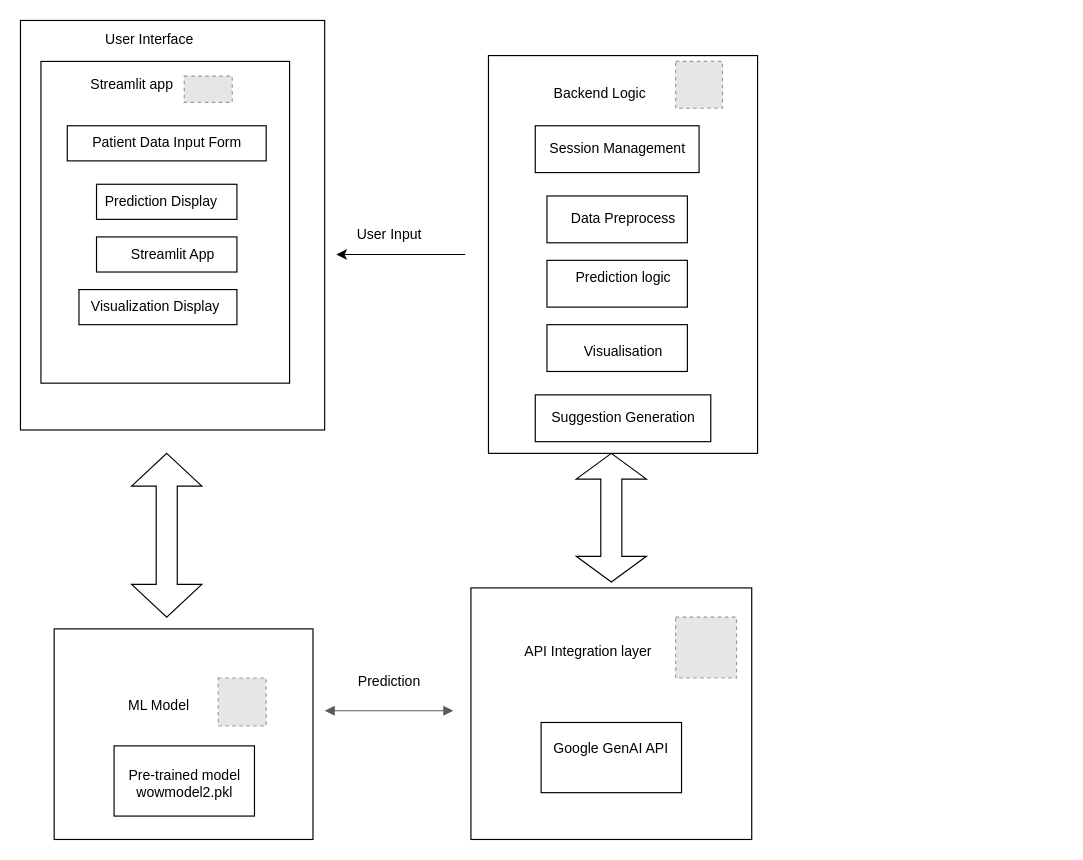
Earlier version of the draw.io diagram Untitled Diagram.drawio (malharinamdar/DiabetesCare-AI). Source tidied: cells renumbered, new cells numbered last; positions are measured from the earlier drawing's top-left corner, leaving out a move shared by most shapes. Both pictures are drawn from the tidied source at 117%, with x=0, y=0 at pixel (20, 20). Pictures stored in the file or linked from it are replaced by grey dashed boxes.
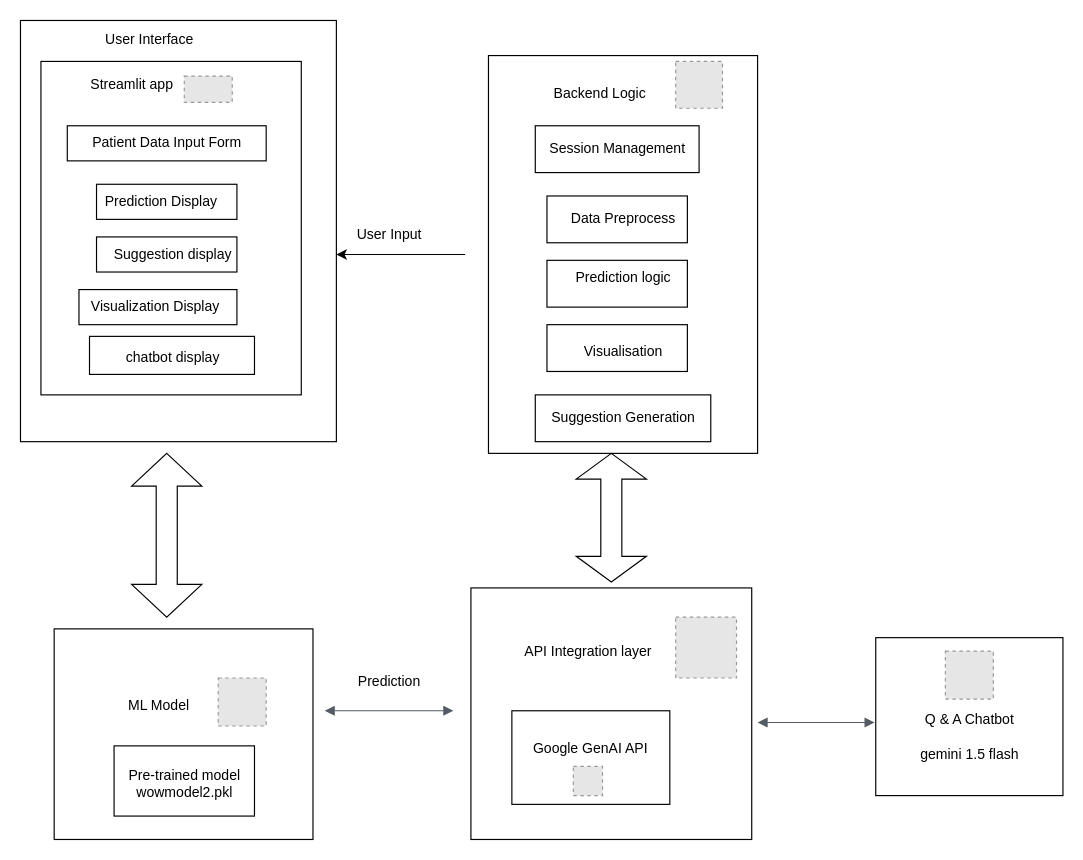
The same diagram, later.

Diff of the diagram source:
```diff
@@
     <mxCell id="21" value="Google GenAI API&lt;div&gt;&lt;br&gt;&lt;/div&gt;" style="rounded=0;whiteSpace=wrap;html=1;" parent="1" vertex="1">
-      <mxGeometry x="445" y="600" width="120" height="60" as="geometry" />
+      <mxGeometry x="420" y="590" width="135" height="80" as="geometry" />
     </mxCell>
@@
     <mxCell id="30" style="rounded=0;whiteSpace=wrap;html=1;" parent="1" vertex="1">
-      <mxGeometry width="260" height="350" as="geometry" />
+      <mxGeometry width="270" height="360" as="geometry" />
     </mxCell>
@@
     <mxCell id="33" style="rounded=0;whiteSpace=wrap;html=1;" parent="1" vertex="1">
-      <mxGeometry x="17.5" y="35" width="212.5" height="275" as="geometry" />
+      <mxGeometry x="17.5" y="35" width="222.5" height="285" as="geometry" />
     </mxCell>
@@
-    <mxCell id="42" value="Streamlit App" style="text;html=1;align=center;verticalAlign=middle;strokeColor=none;fillColor=none;" parent="1" vertex="1">
-      <mxGeometry x="85" y="185" width="90" height="30" as="geometry" />
+    <mxCell id="42" value="Suggestion display" style="text;html=1;align=center;verticalAlign=middle;strokeColor=none;fillColor=none;" parent="1" vertex="1">
+      <mxGeometry x="70" y="185" width="120" height="30" as="geometry" />
     </mxCell>
@@
+    <mxCell id="44" style="edgeStyle=orthogonalEdgeStyle;html=1;endArrow=block;elbow=vertical;startArrow=block;startFill=1;endFill=1;strokeColor=#545B64;rounded=0;" parent="1" edge="1">
+      <mxGeometry relative="1" as="geometry">
+        <mxPoint x="630" y="600" as="sourcePoint" />
+        <mxPoint x="730" y="600" as="targetPoint" />
+      </mxGeometry>
+    </mxCell>
+    <mxCell id="45" style="rounded=0;whiteSpace=wrap;html=1;" parent="1" vertex="1">
+      <mxGeometry x="731" y="527.5" width="160" height="135" as="geometry" />
+    </mxCell>
+    <mxCell id="46" value="Q &amp;amp; A Chatbot" style="text;html=1;align=center;verticalAlign=middle;strokeColor=none;fillColor=none;" parent="1" vertex="1">
+      <mxGeometry x="761" y="582.5" width="100" height="30" as="geometry" />
+    </mxCell>
+    <mxCell id="47" value="gemini 1.5 flash" style="text;html=1;align=center;verticalAlign=middle;strokeColor=none;fillColor=none;" parent="1" vertex="1">
+      <mxGeometry x="756" y="612.5" width="110" height="30" as="geometry" />
+    </mxCell>
+    <mxCell id="48" style="fillColor=#E6E6E6;strokeColor=#999999;dashed=1;verticalLabelPosition=bottom;labelBackgroundColor=default;verticalAlign=top;" parent="1" vertex="1">
+      <mxGeometry x="790.5" y="539" width="41" height="41" as="geometry" />
+    </mxCell>
+    <mxCell id="49" style="fillColor=#E6E6E6;strokeColor=#999999;dashed=1;verticalLabelPosition=bottom;labelBackgroundColor=default;verticalAlign=top;" parent="1" vertex="1">
+      <mxGeometry x="472.5" y="637.5" width="25" height="25" as="geometry" />
+    </mxCell>
+    <mxCell id="50" style="rounded=0;whiteSpace=wrap;html=1;" parent="1" vertex="1">
+      <mxGeometry x="59" y="270" width="141" height="32.5" as="geometry" />
+    </mxCell>
+    <mxCell id="51" value="chatbot display" style="text;html=1;align=center;verticalAlign=middle;strokeColor=none;fillColor=none;" parent="1" vertex="1">
+      <mxGeometry x="80" y="272.5" width="100" height="30" as="geometry" />
+    </mxCell>
```
